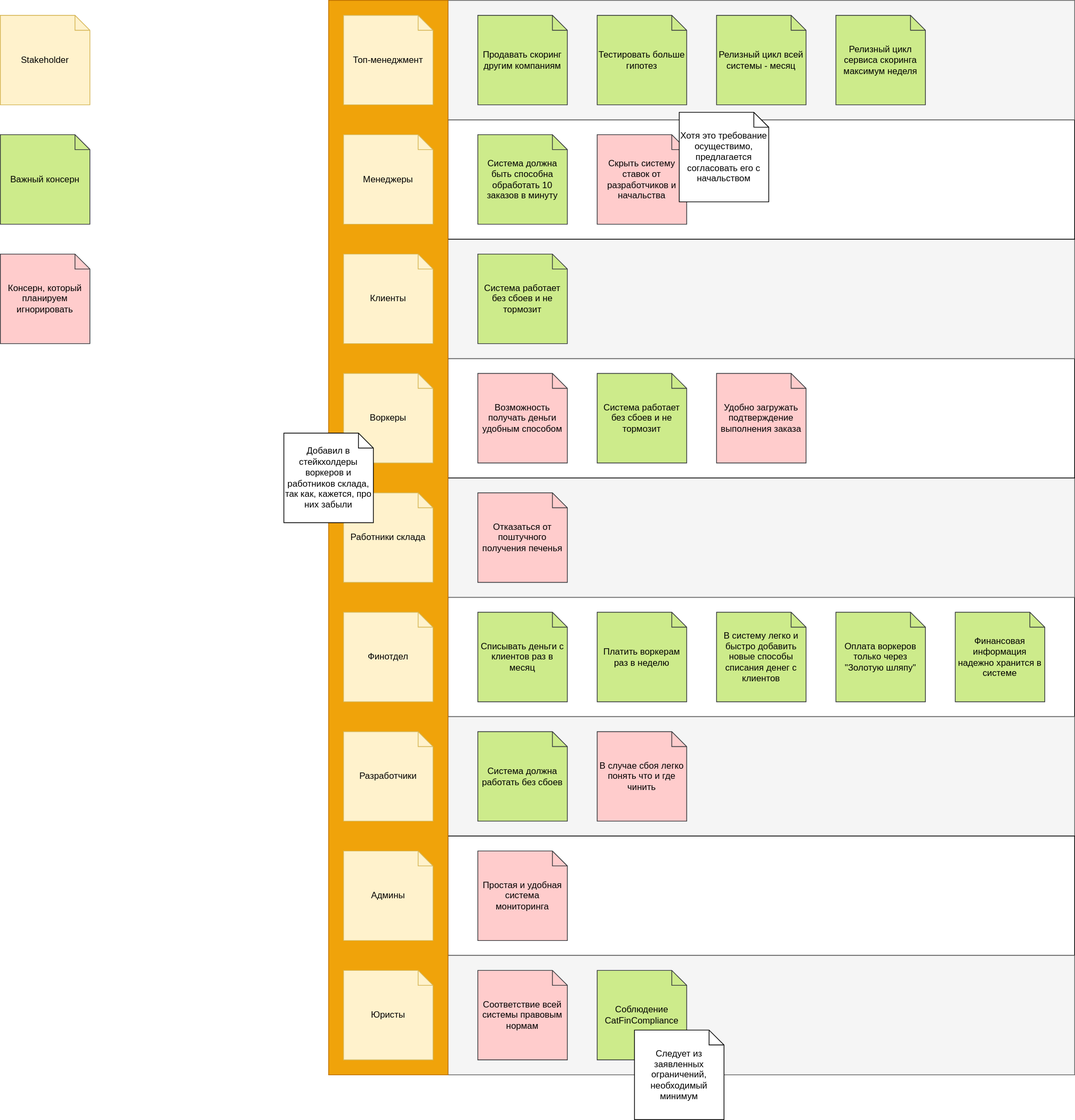
Before: system/Stakeholders.svg, a diagram exported from draw.io (alkurbatov/systems-analysis). Source tidied: cells renumbered, new cells last; positions are measured from the earlier drawing's top-left corner, leaving out a move shared by most shapes.
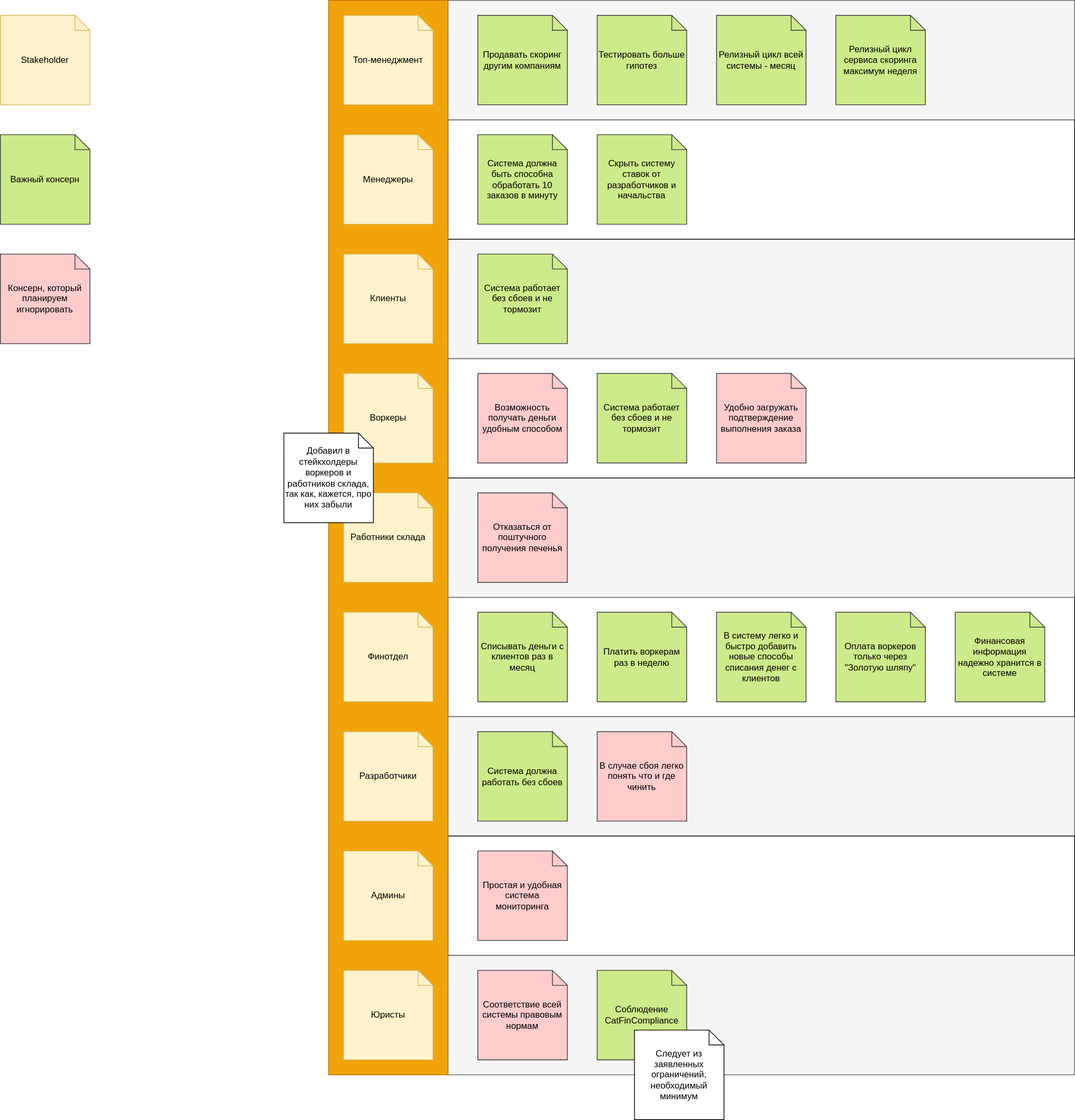
Above is the later version.

The edit, as a diff of the source:
```diff
@@ -86,12 +86,9 @@
     <mxCell id="29" value="Система должна быть способна обработать 10 заказов в минуту" style="shape=note;size=20;whiteSpace=wrap;html=1;fillColor=#cdeb8b;strokeColor=#36393d;" parent="1" vertex="1">
       <mxGeometry x="640" y="180" width="120" height="120" as="geometry" />
     </mxCell>
-    <mxCell id="30" value="Скрыть систему ставок от разработчиков и начальства" style="shape=note;size=20;whiteSpace=wrap;html=1;fillColor=#ffcccc;strokeColor=#36393d;" parent="1" vertex="1">
+    <mxCell id="30" value="Скрыть систему ставок от разработчиков и начальства" style="shape=note;size=20;whiteSpace=wrap;html=1;fillColor=#cdeb8b;strokeColor=#36393d;" parent="1" vertex="1">
       <mxGeometry x="800" y="180" width="120" height="120" as="geometry" />
     </mxCell>
-    <mxCell id="31" value="Хотя это требование осуществимо, предлагается согласовать его с начальством" style="shape=note;size=20;whiteSpace=wrap;html=1;" parent="1" vertex="1">
-      <mxGeometry x="910" y="150" width="120" height="120" as="geometry" />
-    </mxCell>
     <mxCell id="32" value="Оплата воркеров только через &quot;Золотую шляпу&quot;" style="shape=note;size=20;whiteSpace=wrap;html=1;fillColor=#cdeb8b;strokeColor=#36393d;" parent="1" vertex="1">
       <mxGeometry x="1120" y="820" width="120" height="120" as="geometry" />
     </mxCell>
```
